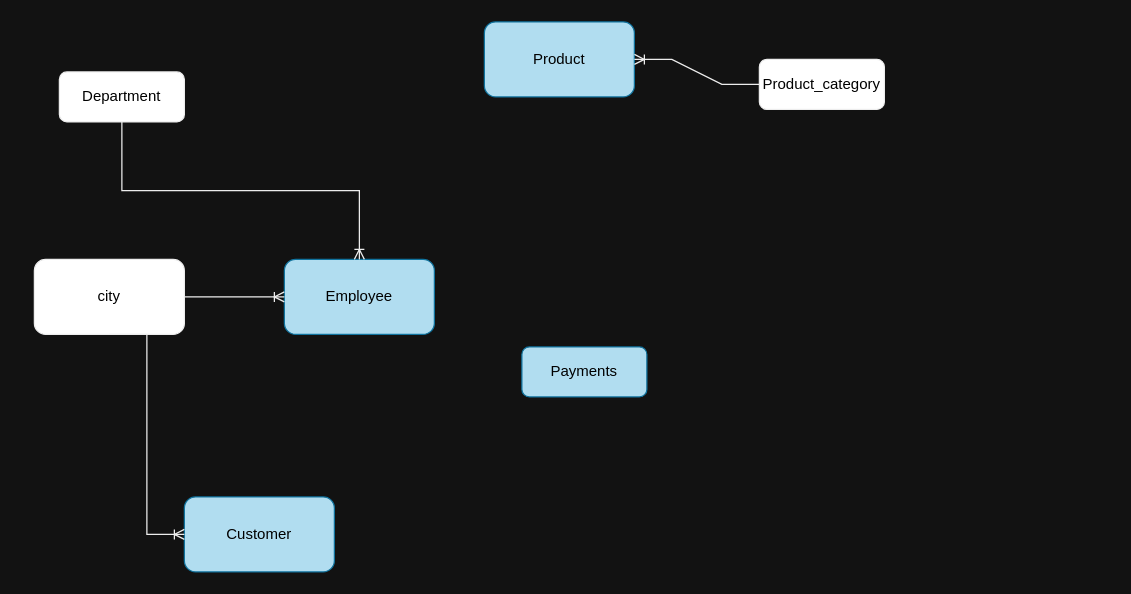
The draw.io diagram Insurance Modelling/Insurance DB modelling.drawio in hrishikesh-2000/Images, before the edit. Source tidied: cells renumbered, new cells numbered last; positions are measured from the earlier drawing's top-left corner, leaving out a move shared by most shapes. Both pictures are drawn from the tidied source at 125%, with x=0, y=0 at pixel (34, 21).
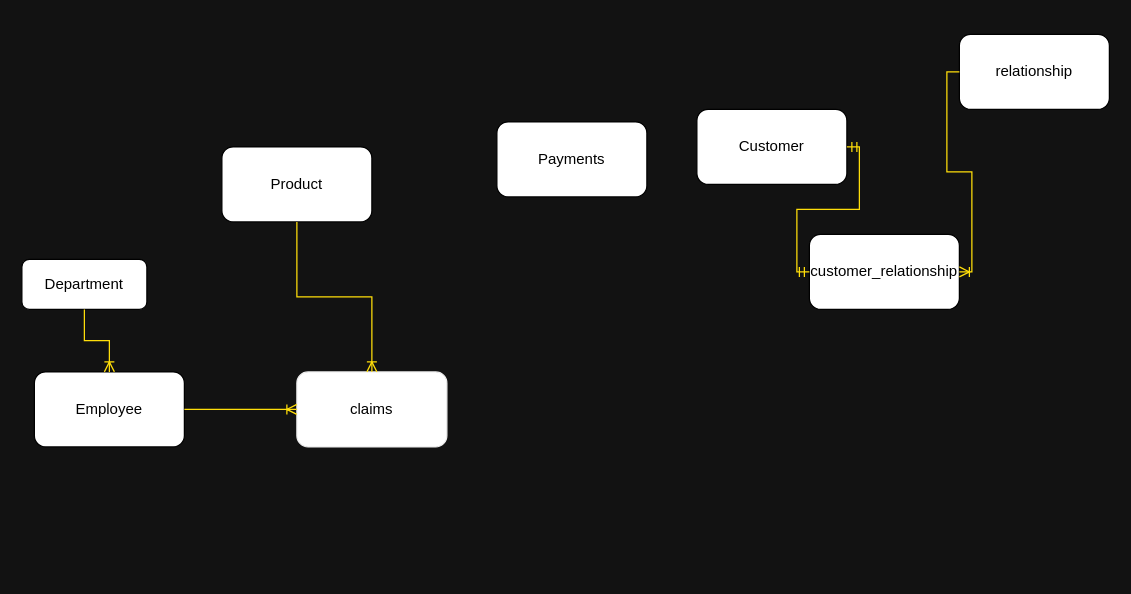
The same diagram, later.

Diff of the diagram source:
```diff
@@
 <mxGraphModel background="#121212">
   <root>
     <mxCell id="0" />
     <mxCell id="1" parent="0" />
-    <mxCell id="2" value="Employee" style="rounded=1;whiteSpace=wrap;html=1;glass=0;shadow=0;strokeColor=#10739e;fillColor=#b1ddf0;" parent="1" vertex="1">
-      <mxGeometry x="200" y="190" width="120" height="60" as="geometry" />
+    <mxCell id="2" value="Employee" style="rounded=1;whiteSpace=wrap;html=1;glass=0;shadow=0;" parent="1" vertex="1">
+      <mxGeometry y="280" width="120" height="60" as="geometry" />
     </mxCell>
-    <mxCell id="3" value="Product" style="rounded=1;whiteSpace=wrap;html=1;glass=0;shadow=0;strokeColor=#10739e;fillColor=#b1ddf0;" parent="1" vertex="1">
-      <mxGeometry x="360" width="120" height="60" as="geometry" />
+    <mxCell id="3" value="Product" style="rounded=1;whiteSpace=wrap;html=1;glass=0;shadow=0;" parent="1" vertex="1">
+      <mxGeometry x="150" y="100" width="120" height="60" as="geometry" />
     </mxCell>
-    <mxCell id="4" value="Customer" style="rounded=1;whiteSpace=wrap;html=1;glass=0;shadow=0;strokeColor=#10739e;fillColor=#b1ddf0;" parent="1" vertex="1">
-      <mxGeometry x="120" y="380" width="120" height="60" as="geometry" />
+    <mxCell id="4" value="Customer" style="rounded=1;whiteSpace=wrap;html=1;glass=0;shadow=0;" parent="1" vertex="1">
+      <mxGeometry x="530" y="70" width="120" height="60" as="geometry" />
     </mxCell>
-    <mxCell id="5" value="city" style="rounded=1;whiteSpace=wrap;html=1;glass=0;shadow=0;strokeColor=#EDEDED;" parent="1" vertex="1">
-      <mxGeometry y="190" width="120" height="60" as="geometry" />
-    </mxCell>
-    <mxCell id="6" style="edgeStyle=entityRelationEdgeStyle;fontSize=12;html=1;endArrow=ERoneToMany;rounded=0;exitX=1;exitY=0.5;exitDx=0;exitDy=0;strokeColor=#EDEDED;" parent="1" edge="1" source="5" target="2">
-      <mxGeometry relative="1" as="geometry" />
-    </mxCell>
-    <mxCell id="7" style="edgeStyle=entityRelationEdgeStyle;fontSize=12;html=1;endArrow=ERoneToMany;rounded=0;strokeColor=#EDEDED;align=center;verticalAlign=middle;fontFamily=Helvetica;fontColor=default;labelBackgroundColor=default;exitX=0.5;exitY=1;exitDx=0;exitDy=0;entryX=0;entryY=0.5;entryDx=0;entryDy=0;" parent="1" edge="1" source="5" target="4">
-      <mxGeometry relative="1" as="geometry" />
-    </mxCell>
-    <mxCell id="8" value="Product_category" style="whiteSpace=wrap;html=1;align=center;rounded=1;shadow=0;glass=0;strokeColor=#EDEDED;verticalAlign=middle;fontFamily=Helvetica;fontSize=12;fontColor=default;fillColor=default;" parent="1" vertex="1">
-      <mxGeometry x="580" y="30" width="100" height="40" as="geometry" />
-    </mxCell>
-    <mxCell id="9" style="edgeStyle=entityRelationEdgeStyle;fontSize=12;html=1;endArrow=ERoneToMany;rounded=0;strokeColor=#EDEDED;align=center;verticalAlign=middle;fontFamily=Helvetica;fontColor=default;labelBackgroundColor=default;exitX=0;exitY=0.5;exitDx=0;exitDy=0;entryX=1;entryY=0.5;entryDx=0;entryDy=0;" parent="1" edge="1" source="8" target="3">
-      <mxGeometry relative="1" as="geometry" />
-    </mxCell>
-    <mxCell id="10" value="Payments" style="whiteSpace=wrap;html=1;align=center;rounded=1;shadow=0;glass=0;strokeColor=#10739e;verticalAlign=middle;fontFamily=Helvetica;fontSize=12;fillColor=#b1ddf0;" parent="1" vertex="1">
-      <mxGeometry x="390" y="260" width="100" height="40" as="geometry" />
+    <mxCell id="10" value="Payments" style="whiteSpace=wrap;html=1;align=center;rounded=1;shadow=0;glass=0;verticalAlign=middle;fontFamily=Helvetica;fontSize=12;" parent="1" vertex="1">
+      <mxGeometry x="370" y="80" width="120" height="60" as="geometry" />
     </mxCell>
-    <mxCell id="11" value="Department" style="whiteSpace=wrap;html=1;align=center;rounded=1;shadow=0;glass=0;strokeColor=#EDEDED;verticalAlign=middle;fontFamily=Helvetica;fontSize=12;fontColor=default;fillColor=default;" parent="1" vertex="1">
-      <mxGeometry x="20" y="40" width="100" height="40" as="geometry" />
+    <mxCell id="11" value="Department" style="whiteSpace=wrap;html=1;align=center;rounded=1;shadow=0;glass=0;verticalAlign=middle;fontFamily=Helvetica;fontSize=12;" parent="1" vertex="1">
+      <mxGeometry x="-10" y="190" width="100" height="40" as="geometry" />
     </mxCell>
-    <mxCell id="12" style="edgeStyle=elbowEdgeStyle;fontSize=12;html=1;endArrow=ERoneToMany;rounded=0;strokeColor=#EDEDED;align=center;verticalAlign=middle;fontFamily=Helvetica;fontColor=default;labelBackgroundColor=default;elbow=vertical;exitX=0.5;exitY=1;exitDx=0;exitDy=0;entryX=0.5;entryY=0;entryDx=0;entryDy=0;" parent="1" edge="1" source="11" target="2">
+    <mxCell id="12" style="edgeStyle=orthogonalEdgeStyle;fontSize=12;html=1;endArrow=ERoneToMany;rounded=0;strokeColor=#ffde0a;align=center;verticalAlign=middle;fontFamily=Helvetica;fontColor=default;labelBackgroundColor=default;elbow=vertical;exitX=0.5;exitY=1;exitDx=0;exitDy=0;entryX=0.5;entryY=0;entryDx=0;entryDy=0;fillColor=#f5f5f5;" parent="1" edge="1" source="11" target="2">
       <mxGeometry relative="1" as="geometry" />
     </mxCell>
+    <mxCell id="13" value="relationship" style="rounded=1;whiteSpace=wrap;html=1;shadow=0;glass=0;align=center;verticalAlign=middle;fontFamily=Helvetica;fontSize=12;" parent="1" vertex="1">
+      <mxGeometry x="740" y="10" width="120" height="60" as="geometry" />
+    </mxCell>
+    <mxCell id="14" value="customer_relationship" style="rounded=1;whiteSpace=wrap;html=1;shadow=0;glass=0;align=center;verticalAlign=middle;fontFamily=Helvetica;fontSize=12;" parent="1" vertex="1">
+      <mxGeometry x="620" y="170" width="120" height="60" as="geometry" />
+    </mxCell>
+    <mxCell id="15" style="edgeStyle=orthogonalEdgeStyle;fontSize=12;html=1;endArrow=ERmandOne;startArrow=ERmandOne;rounded=0;strokeColor=#ffde0a;align=center;verticalAlign=middle;fontFamily=Helvetica;fontColor=default;labelBackgroundColor=default;elbow=vertical;exitX=1;exitY=0.5;exitDx=0;exitDy=0;entryX=0;entryY=0.5;entryDx=0;entryDy=0;fillColor=#f5f5f5;" parent="1" edge="1" source="4" target="14">
+      <mxGeometry relative="1" as="geometry" />
+    </mxCell>
+    <mxCell id="16" style="fontSize=12;html=1;endArrow=ERoneToMany;rounded=0;strokeColor=#ffde0a;align=center;verticalAlign=middle;fontFamily=Helvetica;fontColor=default;labelBackgroundColor=default;elbow=vertical;exitX=0;exitY=0.5;exitDx=0;exitDy=0;entryX=1;entryY=0.5;entryDx=0;entryDy=0;fillColor=#f5f5f5;edgeStyle=orthogonalEdgeStyle;" parent="1" edge="1" source="13" target="14">
+      <mxGeometry relative="1" as="geometry" />
+    </mxCell>
+    <mxCell id="17" value="claims" style="rounded=1;whiteSpace=wrap;html=1;shadow=0;glass=0;strokeColor=#EDEDED;align=center;verticalAlign=middle;fontFamily=Helvetica;fontSize=12;fontColor=default;labelBackgroundColor=default;fillColor=default;" parent="1" vertex="1">
+      <mxGeometry x="210" y="280" width="120" height="60" as="geometry" />
+    </mxCell>
+    <mxCell id="18" style="edgeStyle=orthogonalEdgeStyle;fontSize=12;html=1;endArrow=ERoneToMany;rounded=0;strokeColor=#ffde0a;align=center;verticalAlign=middle;fontFamily=Helvetica;fontColor=default;labelBackgroundColor=default;elbow=vertical;fillColor=#f5f5f5;exitX=1;exitY=0.5;exitDx=0;exitDy=0;entryX=0;entryY=0.5;entryDx=0;entryDy=0;" parent="1" edge="1" source="2" target="17">
+      <mxGeometry relative="1" as="geometry" />
+    </mxCell>
+    <mxCell id="19" style="edgeStyle=orthogonalEdgeStyle;fontSize=12;html=1;endArrow=ERoneToMany;rounded=0;strokeColor=#ffde0a;align=center;verticalAlign=middle;fontFamily=Helvetica;fontColor=default;labelBackgroundColor=default;fillColor=#f5f5f5;exitX=0.5;exitY=1;exitDx=0;exitDy=0;entryX=0.5;entryY=0;entryDx=0;entryDy=0;" parent="1" edge="1" source="3" target="17">
+      <mxGeometry relative="1" as="geometry" />
+    </mxCell>
   </root>
 </mxGraphModel>
```
